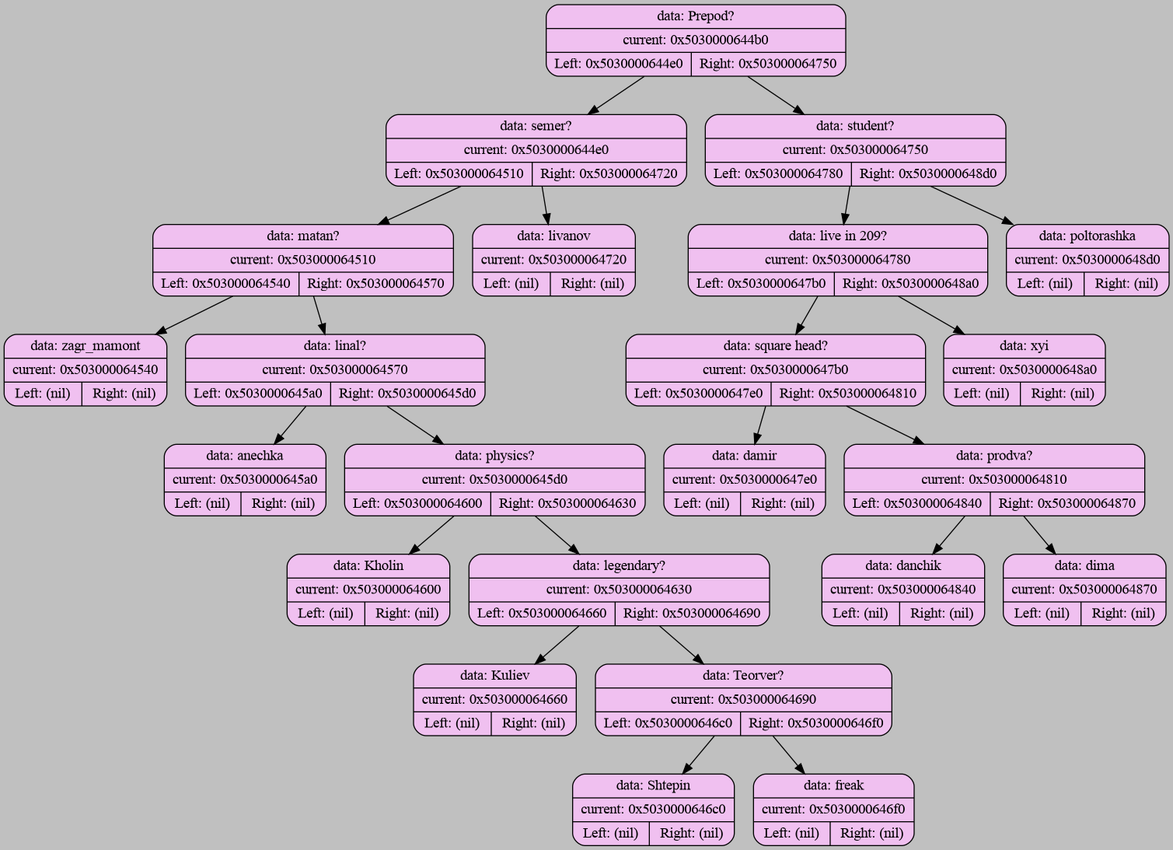
The Graphviz diagram graph_dump/graph_1.png in Atlaxsyys/akinator, before a commit. Its source is kept beside it as graph_dump/graph_1.dot.
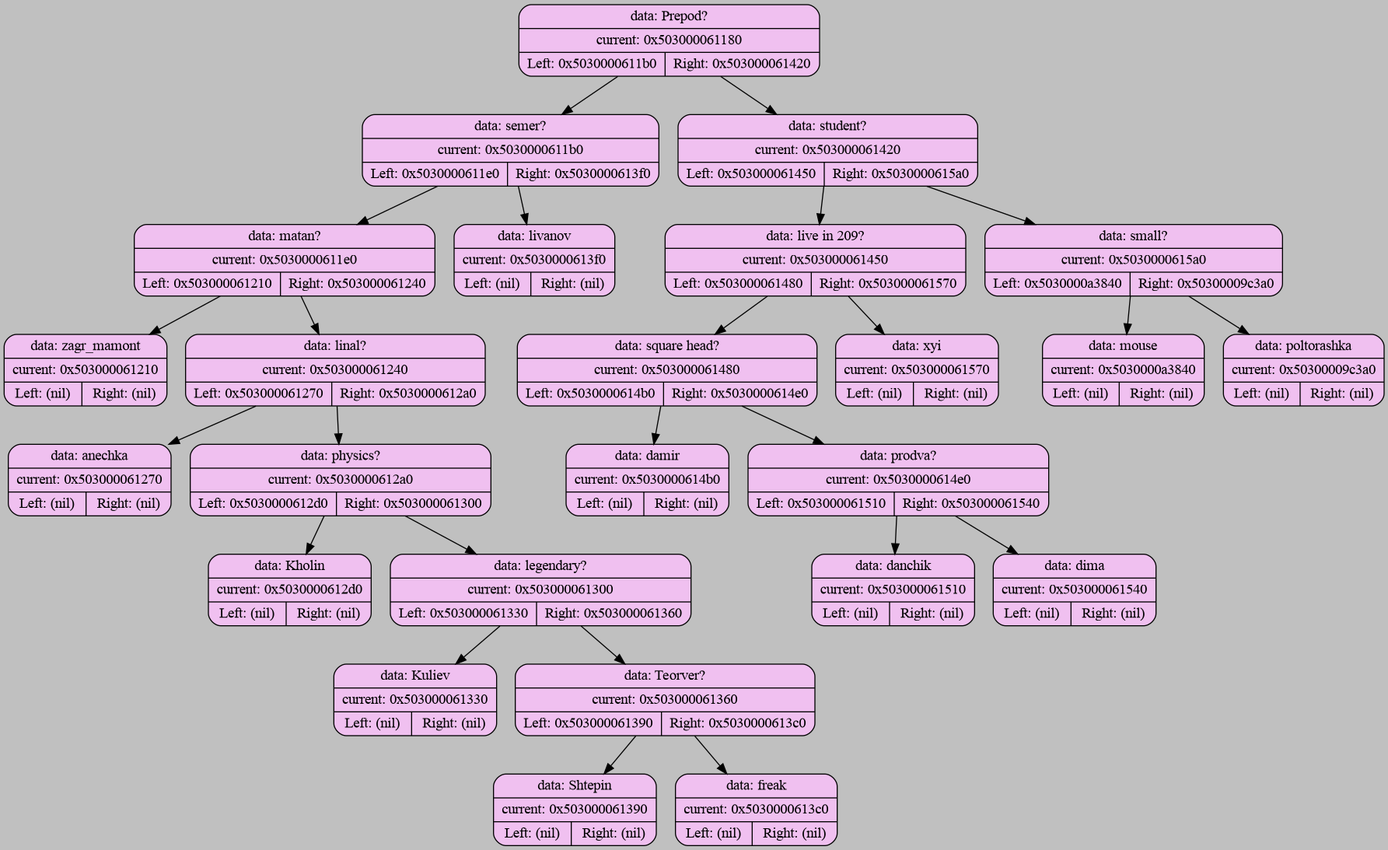
The same file after the commit.

Diff of the diagram source:
```diff
@@ -2,49 +2,53 @@
     bgcolor="#C0C0C0";
 
     node [shape=record];
-    "0x5030000644b0" [shape=Mrecord, style=filled; fillcolor="#F0C0F0"; label="{data: Prepod? | current: 0x5030000644b0 | { Left: 0x5030000644e0 | Right: 0x503000064750 } }"];
-    "0x5030000644b0" -> "0x5030000644e0";
-    "0x5030000644e0" [shape=Mrecord, style=filled; fillcolor="#F0C0F0"; label="{data: semer? | current: 0x5030000644e0 | { Left: 0x503000064510 | Right: 0x503000064720 } }"];
-    "0x5030000644e0" -> "0x503000064510";
-    "0x503000064510" [shape=Mrecord, style=filled; fillcolor="#F0C0F0"; label="{data: matan? | current: 0x503000064510 | { Left: 0x503000064540 | Right: 0x503000064570 } }"];
-    "0x503000064510" -> "0x503000064540";
-    "0x503000064540" [shape=Mrecord, style=filled; fillcolor="#F0C0F0"; label="{data: zagr_mamont | current: 0x503000064540 | { Left: (nil) | Right: (nil) } }"];
-    "0x503000064510" -> "0x503000064570";
-    "0x503000064570" [shape=Mrecord, style=filled; fillcolor="#F0C0F0"; label="{data: linal? | current: 0x503000064570 | { Left: 0x5030000645a0 | Right: 0x5030000645d0 } }"];
-    "0x503000064570" -> "0x5030000645a0";
-    "0x5030000645a0" [shape=Mrecord, style=filled; fillcolor="#F0C0F0"; label="{data: anechka | current: 0x5030000645a0 | { Left: (nil) | Right: (nil) } }"];
-    "0x503000064570" -> "0x5030000645d0";
-    "0x5030000645d0" [shape=Mrecord, style=filled; fillcolor="#F0C0F0"; label="{data: physics? | current: 0x5030000645d0 | { Left: 0x503000064600 | Right: 0x503000064630 } }"];
-    "0x5030000645d0" -> "0x503000064600";
-    "0x503000064600" [shape=Mrecord, style=filled; fillcolor="#F0C0F0"; label="{data: Kholin | current: 0x503000064600 | { Left: (nil) | Right: (nil) } }"];
-    "0x5030000645d0" -> "0x503000064630";
-    "0x503000064630" [shape=Mrecord, style=filled; fillcolor="#F0C0F0"; label="{data: legendary? | current: 0x503000064630 | { Left: 0x503000064660 | Right: 0x503000064690 } }"];
-    "0x503000064630" -> "0x503000064660";
-    "0x503000064660" [shape=Mrecord, style=filled; fillcolor="#F0C0F0"; label="{data: Kuliev | current: 0x503000064660 | { Left: (nil) | Right: (nil) } }"];
-    "0x503000064630" -> "0x503000064690";
-    "0x503000064690" [shape=Mrecord, style=filled; fillcolor="#F0C0F0"; label="{data: Teorver? | current: 0x503000064690 | { Left: 0x5030000646c0 | Right: 0x5030000646f0 } }"];
-    "0x503000064690" -> "0x5030000646c0";
-    "0x5030000646c0" [shape=Mrecord, style=filled; fillcolor="#F0C0F0"; label="{data: Shtepin | current: 0x5030000646c0 | { Left: (nil) | Right: (nil) } }"];
-    "0x503000064690" -> "0x5030000646f0";
-    "0x5030000646f0" [shape=Mrecord, style=filled; fillcolor="#F0C0F0"; label="{data: freak | current: 0x5030000646f0 | { Left: (nil) | Right: (nil) } }"];
-    "0x5030000644e0" -> "0x503000064720";
-    "0x503000064720" [shape=Mrecord, style=filled; fillcolor="#F0C0F0"; label="{data: livanov | current: 0x503000064720 | { Left: (nil) | Right: (nil) } }"];
-    "0x5030000644b0" -> "0x503000064750";
-    "0x503000064750" [shape=Mrecord, style=filled; fillcolor="#F0C0F0"; label="{data: student? | current: 0x503000064750 | { Left: 0x503000064780 | Right: 0x5030000648d0 } }"];
-    "0x503000064750" -> "0x503000064780";
-    "0x503000064780" [shape=Mrecord, style=filled; fillcolor="#F0C0F0"; label="{data: live in 209? | current: 0x503000064780 | { Left: 0x5030000647b0 | Right: 0x5030000648a0 } }"];
-    "0x503000064780" -> "0x5030000647b0";
-    "0x5030000647b0" [shape=Mrecord, style=filled; fillcolor="#F0C0F0"; label="{data: square head? | current: 0x5030000647b0 | { Left: 0x5030000647e0 | Right: 0x503000064810 } }"];
-    "0x5030000647b0" -> "0x5030000647e0";
-    "0x5030000647e0" [shape=Mrecord, style=filled; fillcolor="#F0C0F0"; label="{data: damir | current: 0x5030000647e0 | { Left: (nil) | Right: (nil) } }"];
-    "0x5030000647b0" -> "0x503000064810";
-    "0x503000064810" [shape=Mrecord, style=filled; fillcolor="#F0C0F0"; label="{data: prodva? | current: 0x503000064810 | { Left: 0x503000064840 | Right: 0x503000064870 } }"];
-    "0x503000064810" -> "0x503000064840";
-    "0x503000064840" [shape=Mrecord, style=filled; fillcolor="#F0C0F0"; label="{data: danchik | current: 0x503000064840 | { Left: (nil) | Right: (nil) } }"];
-    "0x503000064810" -> "0x503000064870";
-    "0x503000064870" [shape=Mrecord, style=filled; fillcolor="#F0C0F0"; label="{data: dima | current: 0x503000064870 | { Left: (nil) | Right: (nil) } }"];
-    "0x503000064780" -> "0x5030000648a0";
-    "0x5030000648a0" [shape=Mrecord, style=filled; fillcolor="#F0C0F0"; label="{data: xyi | current: 0x5030000648a0 | { Left: (nil) | Right: (nil) } }"];
-    "0x503000064750" -> "0x5030000648d0";
-    "0x5030000648d0" [shape=Mrecord, style=filled; fillcolor="#F0C0F0"; label="{data: poltorashka | current: 0x5030000648d0 | { Left: (nil) | Right: (nil) } }"];
+    "0x503000061180" [shape=Mrecord, style=filled; fillcolor="#F0C0F0"; label="{data: Prepod? | current: 0x503000061180 | { Left: 0x5030000611b0 | Right: 0x503000061420 } }"];
+    "0x503000061180" -> "0x5030000611b0";
+    "0x5030000611b0" [shape=Mrecord, style=filled; fillcolor="#F0C0F0"; label="{data: semer? | current: 0x5030000611b0 | { Left: 0x5030000611e0 | Right: 0x5030000613f0 } }"];
+    "0x5030000611b0" -> "0x5030000611e0";
+    "0x5030000611e0" [shape=Mrecord, style=filled; fillcolor="#F0C0F0"; label="{data: matan? | current: 0x5030000611e0 | { Left: 0x503000061210 | Right: 0x503000061240 } }"];
+    "0x5030000611e0" -> "0x503000061210";
+    "0x503000061210" [shape=Mrecord, style=filled; fillcolor="#F0C0F0"; label="{data: zagr_mamont | current: 0x503000061210 | { Left: (nil) | Right: (nil) } }"];
+    "0x5030000611e0" -> "0x503000061240";
+    "0x503000061240" [shape=Mrecord, style=filled; fillcolor="#F0C0F0"; label="{data: linal? | current: 0x503000061240 | { Left: 0x503000061270 | Right: 0x5030000612a0 } }"];
+    "0x503000061240" -> "0x503000061270";
+    "0x503000061270" [shape=Mrecord, style=filled; fillcolor="#F0C0F0"; label="{data: anechka | current: 0x503000061270 | { Left: (nil) | Right: (nil) } }"];
+    "0x503000061240" -> "0x5030000612a0";
+    "0x5030000612a0" [shape=Mrecord, style=filled; fillcolor="#F0C0F0"; label="{data: physics? | current: 0x5030000612a0 | { Left: 0x5030000612d0 | Right: 0x503000061300 } }"];
+    "0x5030000612a0" -> "0x5030000612d0";
+    "0x5030000612d0" [shape=Mrecord, style=filled; fillcolor="#F0C0F0"; label="{data: Kholin | current: 0x5030000612d0 | { Left: (nil) | Right: (nil) } }"];
+    "0x5030000612a0" -> "0x503000061300";
+    "0x503000061300" [shape=Mrecord, style=filled; fillcolor="#F0C0F0"; label="{data: legendary? | current: 0x503000061300 | { Left: 0x503000061330 | Right: 0x503000061360 } }"];
+    "0x503000061300" -> "0x503000061330";
+    "0x503000061330" [shape=Mrecord, style=filled; fillcolor="#F0C0F0"; label="{data: Kuliev | current: 0x503000061330 | { Left: (nil) | Right: (nil) } }"];
+    "0x503000061300" -> "0x503000061360";
+    "0x503000061360" [shape=Mrecord, style=filled; fillcolor="#F0C0F0"; label="{data: Teorver? | current: 0x503000061360 | { Left: 0x503000061390 | Right: 0x5030000613c0 } }"];
+    "0x503000061360" -> "0x503000061390";
+    "0x503000061390" [shape=Mrecord, style=filled; fillcolor="#F0C0F0"; label="{data: Shtepin | current: 0x503000061390 | { Left: (nil) | Right: (nil) } }"];
+    "0x503000061360" -> "0x5030000613c0";
+    "0x5030000613c0" [shape=Mrecord, style=filled; fillcolor="#F0C0F0"; label="{data: freak | current: 0x5030000613c0 | { Left: (nil) | Right: (nil) } }"];
+    "0x5030000611b0" -> "0x5030000613f0";
+    "0x5030000613f0" [shape=Mrecord, style=filled; fillcolor="#F0C0F0"; label="{data: livanov | current: 0x5030000613f0 | { Left: (nil) | Right: (nil) } }"];
+    "0x503000061180" -> "0x503000061420";
+    "0x503000061420" [shape=Mrecord, style=filled; fillcolor="#F0C0F0"; label="{data: student? | current: 0x503000061420 | { Left: 0x503000061450 | Right: 0x5030000615a0 } }"];
+    "0x503000061420" -> "0x503000061450";
+    "0x503000061450" [shape=Mrecord, style=filled; fillcolor="#F0C0F0"; label="{data: live in 209? | current: 0x503000061450 | { Left: 0x503000061480 | Right: 0x503000061570 } }"];
+    "0x503000061450" -> "0x503000061480";
+    "0x503000061480" [shape=Mrecord, style=filled; fillcolor="#F0C0F0"; label="{data: square head? | current: 0x503000061480 | { Left: 0x5030000614b0 | Right: 0x5030000614e0 } }"];
+    "0x503000061480" -> "0x5030000614b0";
+    "0x5030000614b0" [shape=Mrecord, style=filled; fillcolor="#F0C0F0"; label="{data: damir | current: 0x5030000614b0 | { Left: (nil) | Right: (nil) } }"];
+    "0x503000061480" -> "0x5030000614e0";
+    "0x5030000614e0" [shape=Mrecord, style=filled; fillcolor="#F0C0F0"; label="{data: prodva? | current: 0x5030000614e0 | { Left: 0x503000061510 | Right: 0x503000061540 } }"];
+    "0x5030000614e0" -> "0x503000061510";
+    "0x503000061510" [shape=Mrecord, style=filled; fillcolor="#F0C0F0"; label="{data: danchik | current: 0x503000061510 | { Left: (nil) | Right: (nil) } }"];
+    "0x5030000614e0" -> "0x503000061540";
+    "0x503000061540" [shape=Mrecord, style=filled; fillcolor="#F0C0F0"; label="{data: dima | current: 0x503000061540 | { Left: (nil) | Right: (nil) } }"];
+    "0x503000061450" -> "0x503000061570";
+    "0x503000061570" [shape=Mrecord, style=filled; fillcolor="#F0C0F0"; label="{data: xyi | current: 0x503000061570 | { Left: (nil) | Right: (nil) } }"];
+    "0x503000061420" -> "0x5030000615a0";
+    "0x5030000615a0" [shape=Mrecord, style=filled; fillcolor="#F0C0F0"; label="{data: small? | current: 0x5030000615a0 | { Left: 0x5030000a3840 | Right: 0x50300009c3a0 } }"];
+    "0x5030000615a0" -> "0x5030000a3840";
+    "0x5030000a3840" [shape=Mrecord, style=filled; fillcolor="#F0C0F0"; label="{data: mouse | current: 0x5030000a3840 | { Left: (nil) | Right: (nil) } }"];
+    "0x5030000615a0" -> "0x50300009c3a0";
+    "0x50300009c3a0" [shape=Mrecord, style=filled; fillcolor="#F0C0F0"; label="{data: poltorashka | current: 0x50300009c3a0 | { Left: (nil) | Right: (nil) } }"];
 }
```
